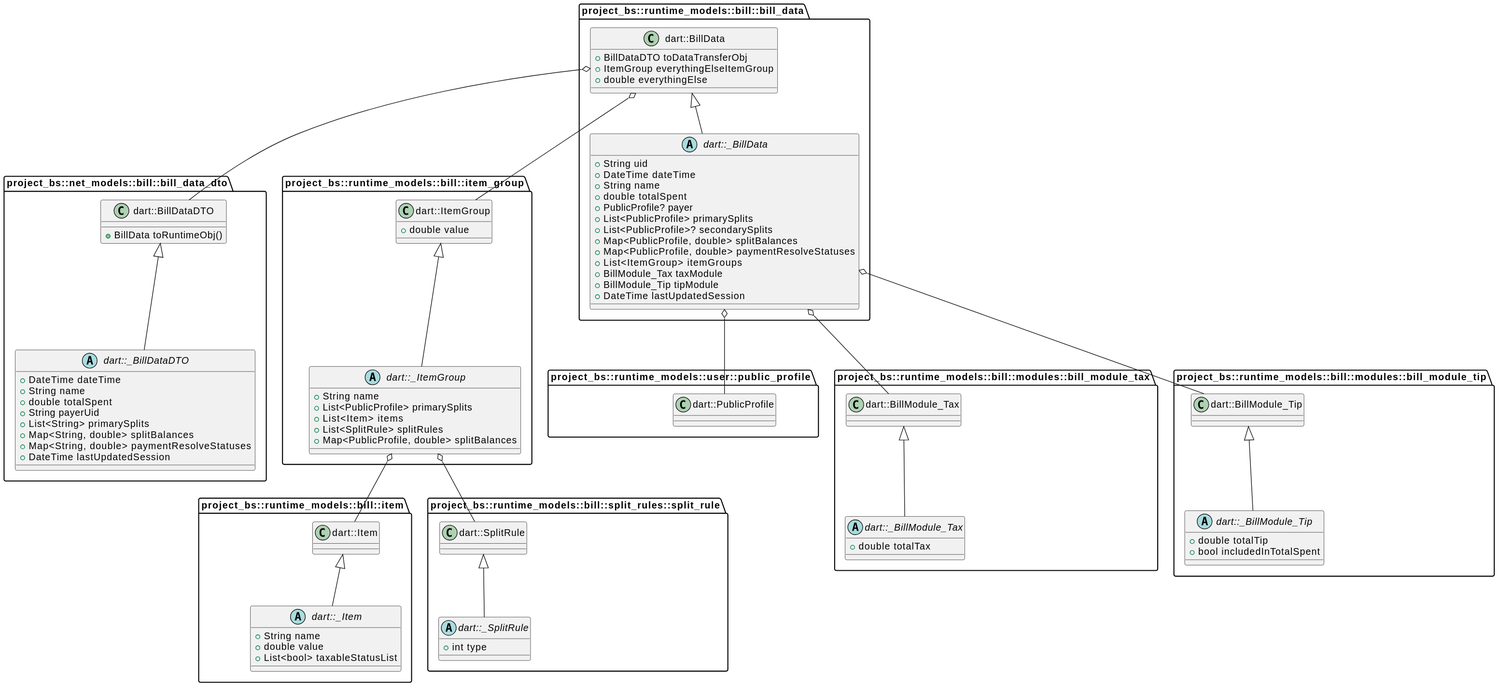
Earlier version of the PlantUML export doc/billUML.svg (splitit-app/splitit).
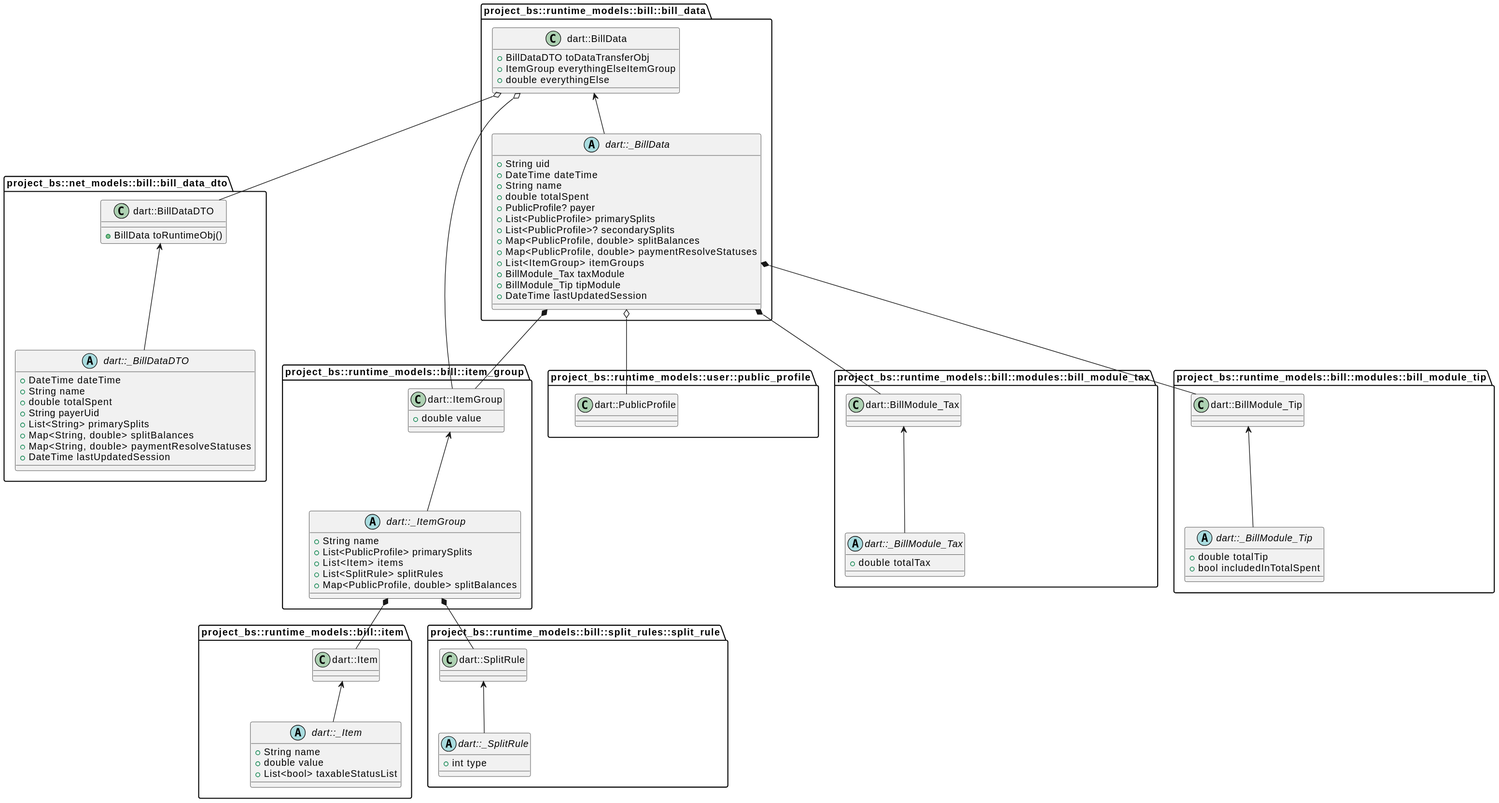
After the change.

The edit, as a diff of the source:
```diff
@@ -13,7 +13,7 @@
     +Map<String, double> paymentResolveStatuses
     +DateTime lastUpdatedSession
 }
-"project_bs::net_models::bill::bill_data_dto.dart::BillDataDTO" <|-- "project_bs::net_models::bill::bill_data_dto.dart::_BillDataDTO"
+"project_bs::net_models::bill::bill_data_dto.dart::BillDataDTO" <-- "project_bs::net_models::bill::bill_data_dto.dart::_BillDataDTO"
 
 class "project_bs::runtime_models::bill::bill_data.dart::BillData" {
     +BillDataDTO toDataTransferObj
@@ -40,9 +40,10 @@
     +DateTime lastUpdatedSession
 }
 "project_bs::runtime_models::bill::bill_data.dart::_BillData" o-- "project_bs::runtime_models::user::public_profile.dart::PublicProfile"
-"project_bs::runtime_models::bill::bill_data.dart::_BillData" o-- "project_bs::runtime_models::bill::modules::bill_module_tax.dart::BillModule_Tax"
-"project_bs::runtime_models::bill::bill_data.dart::_BillData" o-- "project_bs::runtime_models::bill::modules::bill_module_tip.dart::BillModule_Tip"
-"project_bs::runtime_models::bill::bill_data.dart::BillData" <|-- "project_bs::runtime_models::bill::bill_data.dart::_BillData"
+"project_bs::runtime_models::bill::bill_data.dart::_BillData" *-- "project_bs::runtime_models::bill::item_group.dart::ItemGroup"
+"project_bs::runtime_models::bill::bill_data.dart::_BillData" *-- "project_bs::runtime_models::bill::modules::bill_module_tax.dart::BillModule_Tax"
+"project_bs::runtime_models::bill::bill_data.dart::_BillData" *-- "project_bs::runtime_models::bill::modules::bill_module_tip.dart::BillModule_Tip"
+"project_bs::runtime_models::bill::bill_data.dart::BillData" <-- "project_bs::runtime_models::bill::bill_data.dart::_BillData"
 
 class "project_bs::runtime_models::bill::item.dart::Item" {
 }
@@ -52,7 +53,7 @@
     +double value
     +List<bool> taxableStatusList
 }
-"project_bs::runtime_models::bill::item.dart::Item" <|-- "project_bs::runtime_models::bill::item.dart::_Item"
+"project_bs::runtime_models::bill::item.dart::Item" <-- "project_bs::runtime_models::bill::item.dart::_Item"
 
 class "project_bs::runtime_models::bill::item_group.dart::ItemGroup" {
     +double value
@@ -65,9 +66,9 @@
     +List<SplitRule> splitRules
     +Map<PublicProfile, double> splitBalances
 }
-"project_bs::runtime_models::bill::item_group.dart::_ItemGroup" o-- "project_bs::runtime_models::bill::item.dart::Item"
-"project_bs::runtime_models::bill::item_group.dart::_ItemGroup" o-- "project_bs::runtime_models::bill::split_rules::split_rule.dart::SplitRule"
-"project_bs::runtime_models::bill::item_group.dart::ItemGroup" <|-- "project_bs::runtime_models::bill::item_group.dart::_ItemGroup"
+"project_bs::runtime_models::bill::item_group.dart::_ItemGroup" *-- "project_bs::runtime_models::bill::item.dart::Item"
+"project_bs::runtime_models::bill::item_group.dart::_ItemGroup" *-- "project_bs::runtime_models::bill::split_rules::split_rule.dart::SplitRule"
+"project_bs::runtime_models::bill::item_group.dart::ItemGroup" <-- "project_bs::runtime_models::bill::item_group.dart::_ItemGroup"
 
 class "project_bs::runtime_models::bill::modules::bill_module_tax.dart::BillModule_Tax" {
 }
@@ -75,7 +76,7 @@
 abstract class "project_bs::runtime_models::bill::modules::bill_module_tax.dart::_BillModule_Tax" {
     +double totalTax
 }
-"project_bs::runtime_models::bill::modules::bill_module_tax.dart::BillModule_Tax" <|-- "project_bs::runtime_models::bill::modules::bill_module_tax.dart::_BillModule_Tax"
+"project_bs::runtime_models::bill::modules::bill_module_tax.dart::BillModule_Tax" <-- "project_bs::runtime_models::bill::modules::bill_module_tax.dart::_BillModule_Tax"
 
 class "project_bs::runtime_models::bill::modules::bill_module_tip.dart::BillModule_Tip" {
 }
@@ -84,7 +85,7 @@
     +double totalTip
     +bool includedInTotalSpent
 }
-"project_bs::runtime_models::bill::modules::bill_module_tip.dart::BillModule_Tip" <|-- "project_bs::runtime_models::bill::modules::bill_module_tip.dart::_BillModule_Tip"
+"project_bs::runtime_models::bill::modules::bill_module_tip.dart::BillModule_Tip" <-- "project_bs::runtime_models::bill::modules::bill_module_tip.dart::_BillModule_Tip"
 
 class "project_bs::runtime_models::bill::split_rules::split_rule.dart::SplitRule" {
 }
@@ -92,5 +93,5 @@
 abstract class "project_bs::runtime_models::bill::split_rules::split_rule.dart::_SplitRule" {
     +int type
 }
-"project_bs::runtime_models::bill::split_rules::split_rule.dart::SplitRule" <|-- "project_bs::runtime_models::bill::split_rules::split_rule.dart::_SplitRule"
+"project_bs::runtime_models::bill::split_rules::split_rule.dart::SplitRule" <-- "project_bs::runtime_models::bill::split_rules::split_rule.dart::_SplitRule"
 @enduml
```
